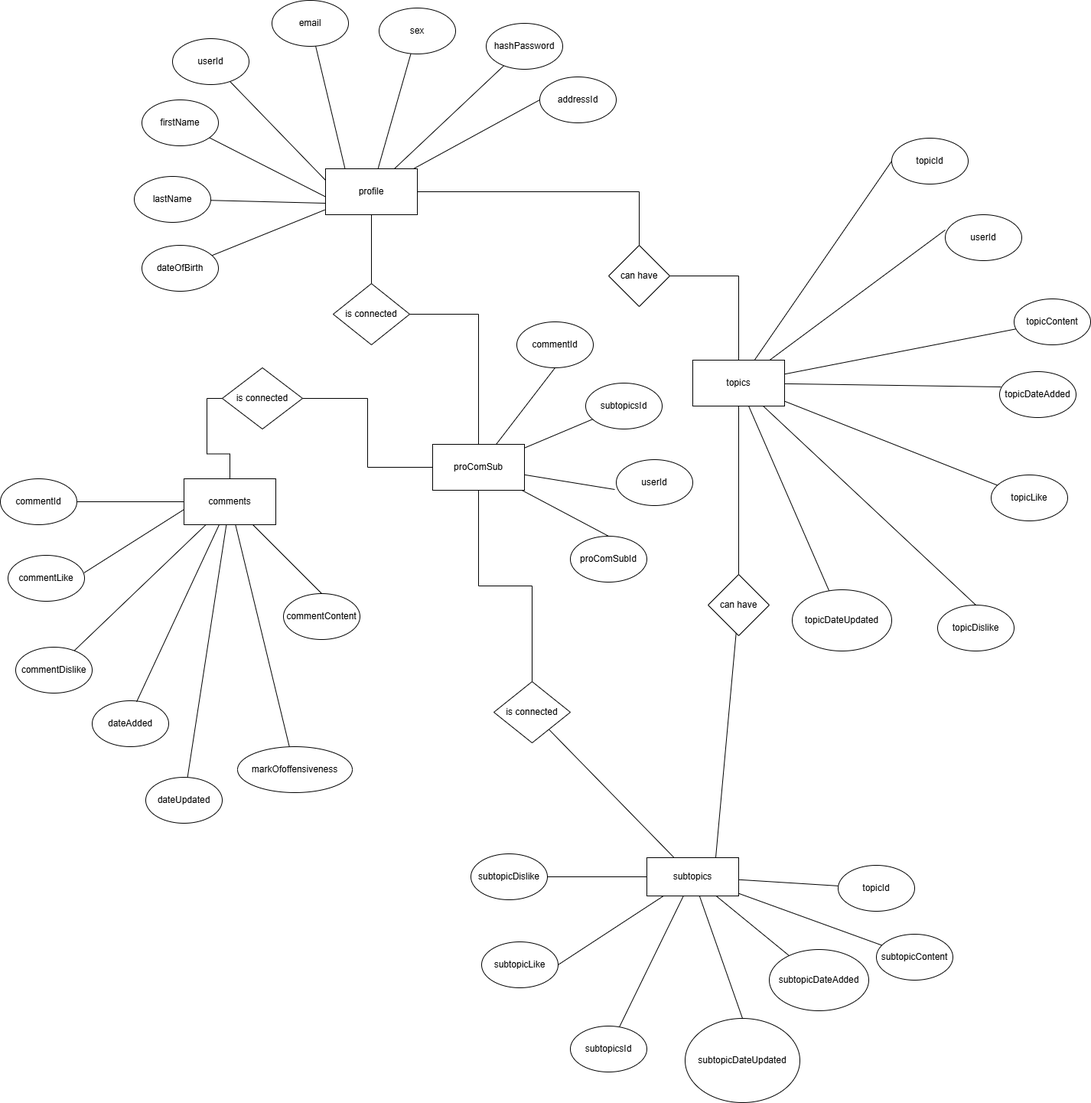
Earlier version of the draw.io export documentation/Entity relation diagrams and relation model/png files/socialnet_er_profile_comments_version1.drawio.png (Josip1234/Social-net). Source tidied: cells renumbered, new cells last; positions are measured from the earlier drawing's top-left corner, leaving out a move shared by most shapes.
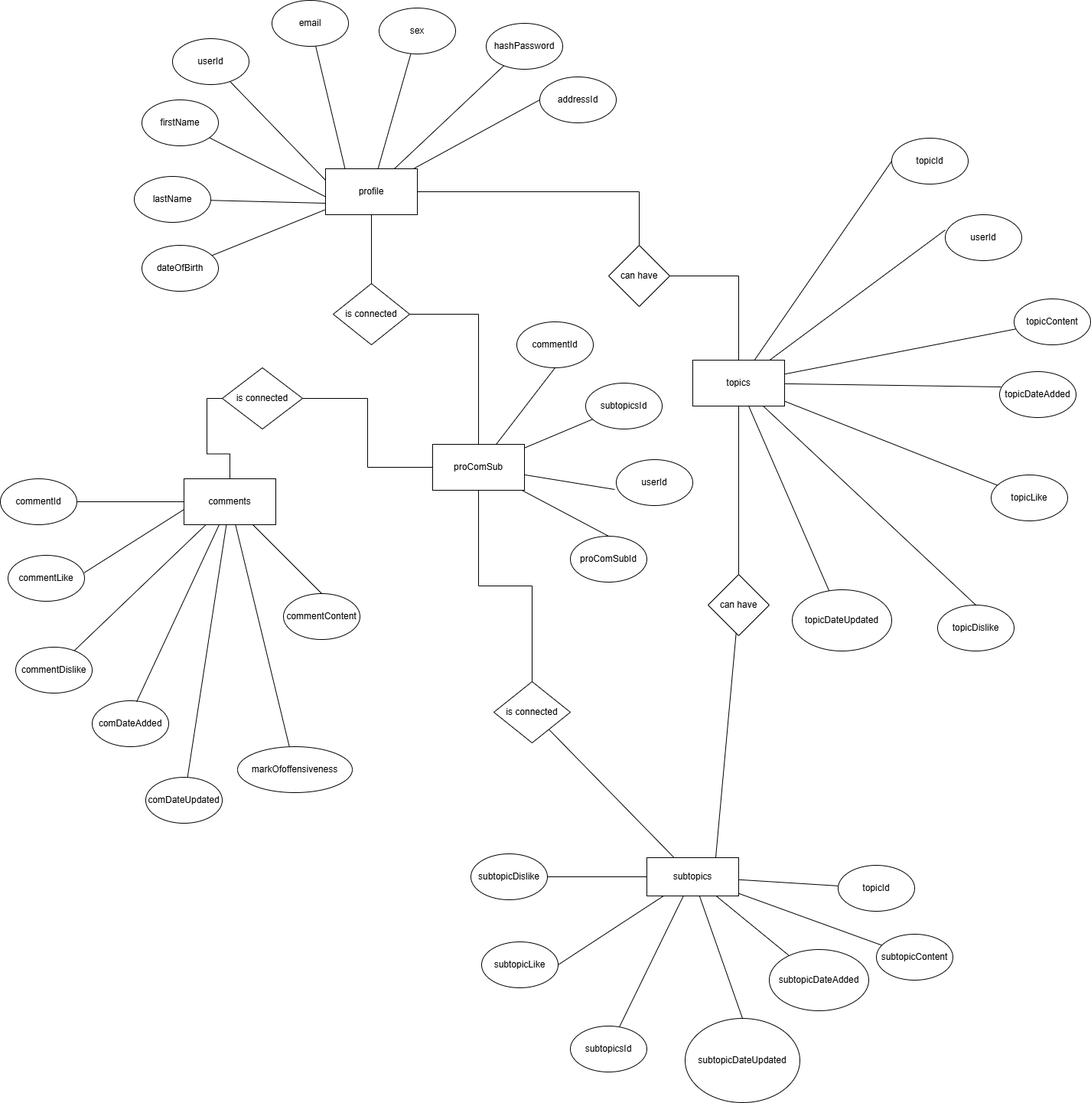
After the change.

Commit message:
Updated diagram for topics and comments

Diff of the diagram source:
```diff
@@ -92,10 +92,10 @@
     <mxCell id="31" value="commentDislike" style="ellipse;whiteSpace=wrap;html=1;" parent="1" vertex="1">
       <mxGeometry x="20" y="845" width="100" height="60" as="geometry" />
     </mxCell>
-    <mxCell id="32" value="dateAdded" style="ellipse;whiteSpace=wrap;html=1;" parent="1" vertex="1">
+    <mxCell id="32" value="comDateAdded" style="ellipse;whiteSpace=wrap;html=1;" parent="1" vertex="1">
       <mxGeometry x="120" y="915" width="100" height="60" as="geometry" />
     </mxCell>
-    <mxCell id="33" value="dateUpdated" style="ellipse;whiteSpace=wrap;html=1;" parent="1" vertex="1">
+    <mxCell id="33" value="comDateUpdated" style="ellipse;whiteSpace=wrap;html=1;" parent="1" vertex="1">
       <mxGeometry x="190" y="1015" width="100" height="60" as="geometry" />
     </mxCell>
     <mxCell id="34" style="rounded=0;jettySize=auto;html=1;entryX=0.581;entryY=0.021;entryDx=0;entryDy=0;entryPerimeter=0;endArrow=none;endFill=0;" parent="1" edge="1" source="28" target="32">
```
